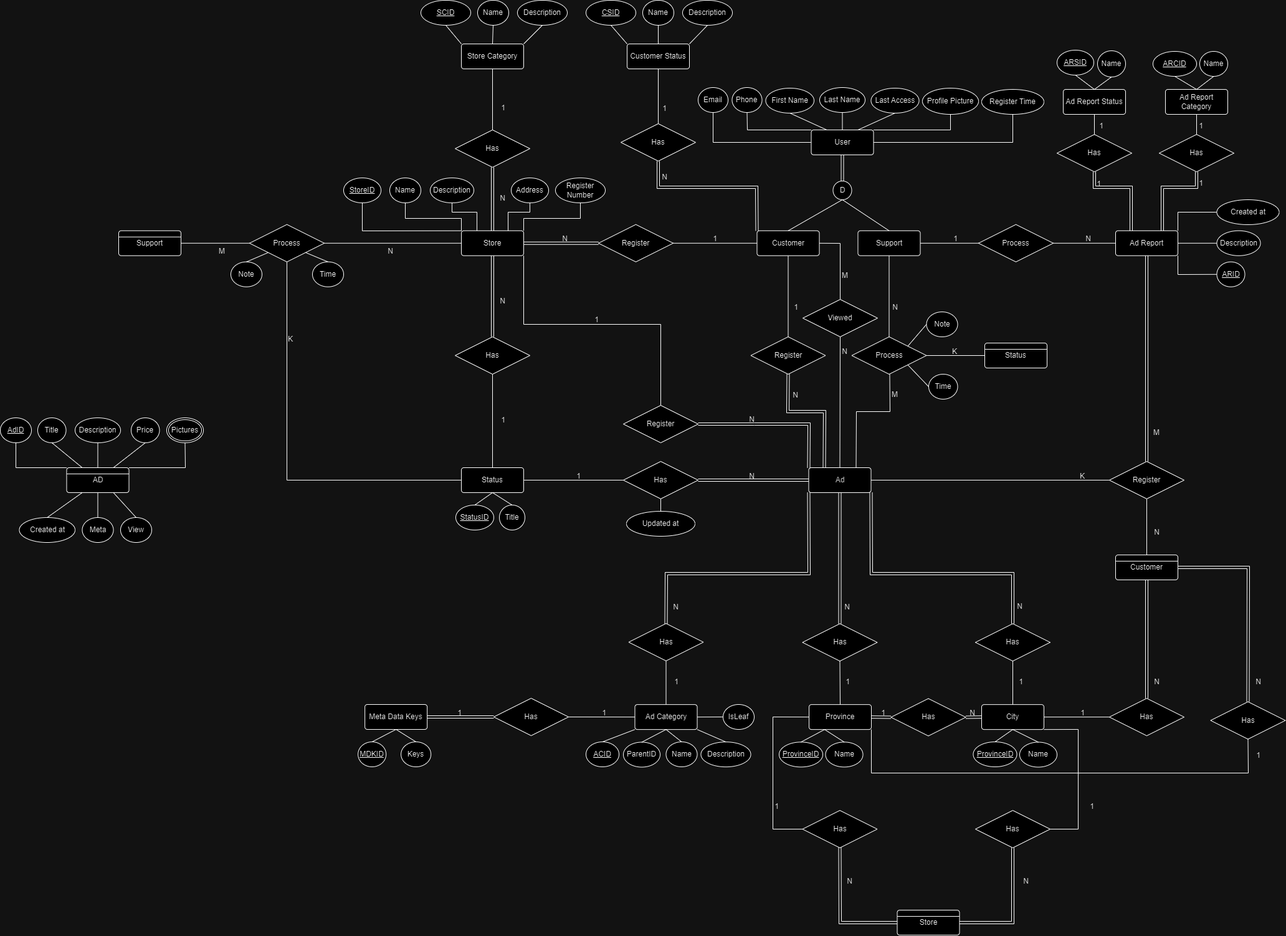
Before: Project.drawio.png, a diagram exported from draw.io (Bozi303/ERDiagram). Source tidied: cells renumbered, new cells last; positions are measured from the earlier drawing's top-left corner, leaving out a move shared by most shapes.
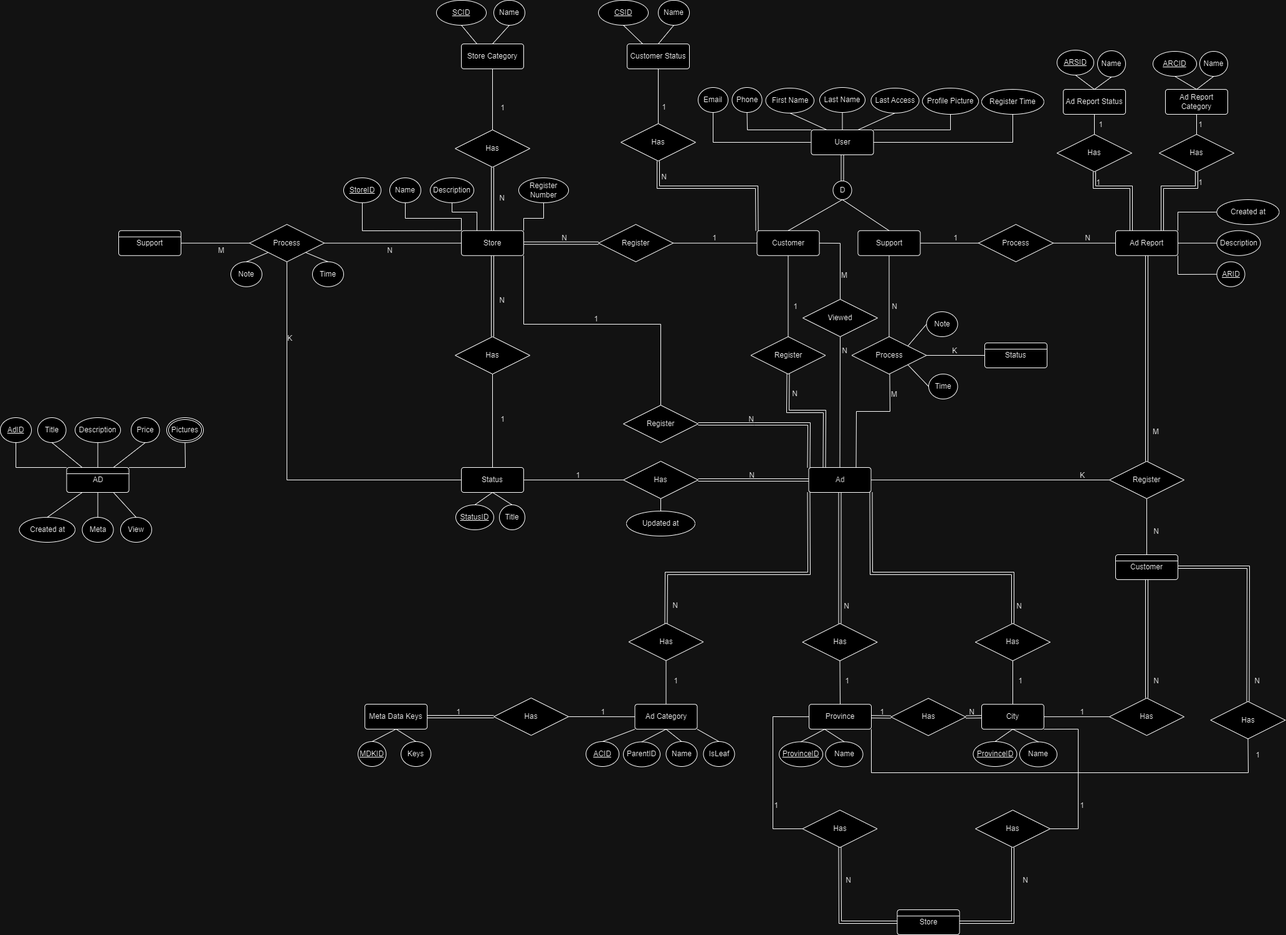
After the change.

Commit message:
Deleted Description attribute from Store Category, Customer Status and Ad Category entities

The edit, as a diff of the source:
```diff
@@ -43,11 +43,8 @@
     <mxCell id="12" value="Name" style="ellipse;whiteSpace=wrap;html=1;align=center;" parent="1" vertex="1">
       <mxGeometry x="625" y="285" width="50" height="40" as="geometry" />
     </mxCell>
-    <mxCell id="13" value="Address" style="ellipse;whiteSpace=wrap;html=1;align=center;" parent="1" vertex="1">
-      <mxGeometry x="820" y="285" width="60" height="40" as="geometry" />
-    </mxCell>
     <mxCell id="14" value="Register Number" style="ellipse;whiteSpace=wrap;html=1;align=center;" parent="1" vertex="1">
-      <mxGeometry x="891" y="285" width="80" height="40" as="geometry" />
+      <mxGeometry x="832" y="285" width="80" height="40" as="geometry" />
     </mxCell>
     <mxCell id="15" style="endArrow=none;html=1;rounded=0;exitX=0.5;exitY=1;exitDx=0;exitDy=0;entryX=0;entryY=0;entryDx=0;entryDy=0;" parent="1" edge="1" source="12" target="11">
       <mxGeometry relative="1" as="geometry">
@@ -57,19 +54,11 @@
         </Array>
       </mxGeometry>
     </mxCell>
-    <mxCell id="16" style="endArrow=none;html=1;rounded=0;exitX=0.5;exitY=1;exitDx=0;exitDy=0;entryX=0.75;entryY=0;entryDx=0;entryDy=0;" parent="1" edge="1" source="13" target="11">
-      <mxGeometry relative="1" as="geometry">
-        <Array as="points">
-          <mxPoint x="850" y="340" />
-          <mxPoint x="815" y="340" />
-        </Array>
-      </mxGeometry>
-    </mxCell>
     <mxCell id="17" style="endArrow=none;html=1;rounded=0;exitX=1;exitY=0;exitDx=0;exitDy=0;entryX=0.5;entryY=1;entryDx=0;entryDy=0;" parent="1" edge="1" source="11" target="14">
       <mxGeometry relative="1" as="geometry">
         <Array as="points">
           <mxPoint x="840" y="350" />
-          <mxPoint x="931" y="350" />
+          <mxPoint x="872" y="350" />
         </Array>
       </mxGeometry>
     </mxCell>
@@ -430,20 +419,14 @@
       <mxGeometry x="740" y="70" width="100" height="40" as="geometry" />
     </mxCell>
     <mxCell id="112" value="Name" style="ellipse;whiteSpace=wrap;html=1;align=center;" parent="1" vertex="1">
-      <mxGeometry x="766" width="50" height="40" as="geometry" />
+      <mxGeometry x="792" width="50" height="40" as="geometry" />
     </mxCell>
-    <mxCell id="113" value="Description" style="ellipse;whiteSpace=wrap;html=1;align=center;" parent="1" vertex="1">
-      <mxGeometry x="830" width="80" height="40" as="geometry" />
-    </mxCell>
     <mxCell id="114" value="SCID" style="ellipse;whiteSpace=wrap;html=1;align=center;fontStyle=4;" parent="1" vertex="1">
-      <mxGeometry x="675" width="80" height="40" as="geometry" />
+      <mxGeometry x="700" width="80" height="40" as="geometry" />
     </mxCell>
-    <mxCell id="115" style="endArrow=none;html=1;rounded=0;exitX=0.5;exitY=1;exitDx=0;exitDy=0;entryX=0;entryY=0;entryDx=0;entryDy=0;" parent="1" edge="1" source="114" target="111">
+    <mxCell id="115" style="endArrow=none;html=1;rounded=0;exitX=0.5;exitY=1;exitDx=0;exitDy=0;entryX=0.25;entryY=0;entryDx=0;entryDy=0;" parent="1" edge="1" source="114" target="111">
       <mxGeometry relative="1" as="geometry" />
     </mxCell>
-    <mxCell id="116" style="endArrow=none;html=1;rounded=0;entryX=0.5;entryY=1;entryDx=0;entryDy=0;exitX=1;exitY=0;exitDx=0;exitDy=0;" parent="1" edge="1" source="111" target="113">
-      <mxGeometry relative="1" as="geometry" />
-    </mxCell>
     <mxCell id="117" value="Has" style="shape=rhombus;perimeter=rhombusPerimeter;whiteSpace=wrap;html=1;align=center;" parent="1" vertex="1">
       <mxGeometry x="730" y="208" width="120" height="60" as="geometry" />
     </mxCell>
@@ -453,9 +436,6 @@
     <mxCell id="119" value="Name" style="ellipse;whiteSpace=wrap;html=1;align=center;" parent="1" vertex="1">
       <mxGeometry x="1068.5" y="1190" width="50" height="40" as="geometry" />
     </mxCell>
-    <mxCell id="120" value="Description" style="ellipse;whiteSpace=wrap;html=1;align=center;" parent="1" vertex="1">
-      <mxGeometry x="1124.5" y="1190.1" width="80" height="40" as="geometry" />
-    </mxCell>
     <mxCell id="121" value="ParentID" style="ellipse;whiteSpace=wrap;html=1;align=center;" parent="1" vertex="1">
       <mxGeometry x="1000" y="1190.5" width="59" height="40" as="geometry" />
     </mxCell>
@@ -468,9 +448,6 @@
     <mxCell id="124" style="endArrow=none;html=1;rounded=0;exitX=0.5;exitY=0;exitDx=0;exitDy=0;entryX=0.5;entryY=1;entryDx=0;entryDy=0;" parent="1" edge="1" source="121" target="118">
       <mxGeometry relative="1" as="geometry" />
     </mxCell>
-    <mxCell id="125" style="endArrow=none;html=1;rounded=0;entryX=0.5;entryY=0;entryDx=0;entryDy=0;exitX=1;exitY=1;exitDx=0;exitDy=0;" parent="1" edge="1" source="118" target="120">
-      <mxGeometry relative="1" as="geometry" />
-    </mxCell>
     <mxCell id="126" style="endArrow=none;html=1;rounded=0;exitX=0.5;exitY=1;exitDx=0;exitDy=0;entryX=0.5;entryY=0;entryDx=0;entryDy=0;" parent="1" edge="1" source="118" target="119">
       <mxGeometry relative="1" as="geometry" />
     </mxCell>
@@ -599,27 +576,18 @@
         </Array>
       </mxGeometry>
     </mxCell>
-    <mxCell id="156" style="endArrow=none;html=1;rounded=0;entryX=0.5;entryY=0;entryDx=0;entryDy=0;exitX=0.5;exitY=1;exitDx=0;exitDy=0;" parent="1" edge="1" source="112" target="111">
-      <mxGeometry relative="1" as="geometry" />
-    </mxCell>
     <mxCell id="157" value="Customer Status" style="rounded=1;arcSize=10;whiteSpace=wrap;html=1;align=center;" parent="1" vertex="1">
       <mxGeometry x="1006" y="70" width="100" height="40" as="geometry" />
     </mxCell>
     <mxCell id="158" value="Name" style="ellipse;whiteSpace=wrap;html=1;align=center;" parent="1" vertex="1">
-      <mxGeometry x="1031" width="50" height="40" as="geometry" />
+      <mxGeometry x="1056" width="50" height="40" as="geometry" />
     </mxCell>
-    <mxCell id="159" value="Description" style="ellipse;whiteSpace=wrap;html=1;align=center;" parent="1" vertex="1">
-      <mxGeometry x="1095" width="80" height="40" as="geometry" />
-    </mxCell>
     <mxCell id="160" value="CSID" style="ellipse;whiteSpace=wrap;html=1;align=center;fontStyle=4;" parent="1" vertex="1">
-      <mxGeometry x="940" width="80" height="40" as="geometry" />
+      <mxGeometry x="960" width="80" height="40" as="geometry" />
     </mxCell>
-    <mxCell id="161" style="endArrow=none;html=1;rounded=0;exitX=0.5;exitY=1;exitDx=0;exitDy=0;entryX=0;entryY=0;entryDx=0;entryDy=0;" parent="1" edge="1" source="160" target="157">
+    <mxCell id="161" style="endArrow=none;html=1;rounded=0;exitX=0.5;exitY=1;exitDx=0;exitDy=0;entryX=0.25;entryY=0;entryDx=0;entryDy=0;" parent="1" edge="1" source="160" target="157">
       <mxGeometry relative="1" as="geometry" />
     </mxCell>
-    <mxCell id="162" style="endArrow=none;html=1;rounded=0;entryX=0.5;entryY=1;entryDx=0;entryDy=0;exitX=1;exitY=0;exitDx=0;exitDy=0;" parent="1" edge="1" source="157" target="159">
-      <mxGeometry relative="1" as="geometry" />
-    </mxCell>
     <mxCell id="163" style="endArrow=none;html=1;rounded=0;entryX=0.5;entryY=0;entryDx=0;entryDy=0;exitX=0.5;exitY=1;exitDx=0;exitDy=0;" parent="1" edge="1" source="158" target="157">
       <mxGeometry relative="1" as="geometry" />
     </mxCell>
@@ -927,9 +895,9 @@
       <mxGeometry relative="1" as="geometry" />
     </mxCell>
     <mxCell id="240" value="IsLeaf" style="ellipse;whiteSpace=wrap;html=1;align=center;" parent="1" vertex="1">
-      <mxGeometry x="1160" y="1130" width="50" height="40" as="geometry" />
+      <mxGeometry x="1128.5" y="1190" width="50" height="40" as="geometry" />
     </mxCell>
-    <mxCell id="241" style="endArrow=none;html=1;rounded=0;exitX=1;exitY=0.5;exitDx=0;exitDy=0;entryX=0;entryY=0.5;entryDx=0;entryDy=0;" parent="1" edge="1" source="118" target="240">
+    <mxCell id="241" style="endArrow=none;html=1;rounded=0;exitX=1;exitY=1;exitDx=0;exitDy=0;entryX=0.5;entryY=0;entryDx=0;entryDy=0;" parent="1" edge="1" source="118" target="240">
       <mxGeometry relative="1" as="geometry" />
     </mxCell>
     <mxCell id="242" value="Store" style="rounded=1;arcSize=10;whiteSpace=wrap;html=1;align=center;" parent="1" vertex="1">
@@ -978,7 +946,7 @@
     </mxCell>
     <mxCell id="251" value="1" style="html=1;whiteSpace=wrap;align=right;verticalAlign=bottom;" parent="250" vertex="1">
       <mxGeometry x="1" relative="1" as="geometry">
-        <mxPoint x="80" y="130" as="offset" />
+        <mxPoint x="65" y="130" as="offset" />
       </mxGeometry>
     </mxCell>
     <mxCell id="252" style="endArrow=none;html=1;rounded=0;exitX=0;exitY=0.5;exitDx=0;exitDy=0;entryX=0;entryY=0.5;entryDx=0;entryDy=0;" parent="1" edge="1" source="244" target="108">
@@ -994,5 +962,8 @@
         <mxPoint x="-48" y="150" as="offset" />
       </mxGeometry>
     </mxCell>
+    <mxCell id="156" style="endArrow=none;html=1;rounded=0;exitX=0.5;exitY=1;exitDx=0;exitDy=0;entryX=0.5;entryY=0;entryDx=0;entryDy=0;" parent="1" edge="1" source="112" target="111">
+      <mxGeometry relative="1" as="geometry" />
+    </mxCell>
   </root>
 </mxGraphModel>
```
